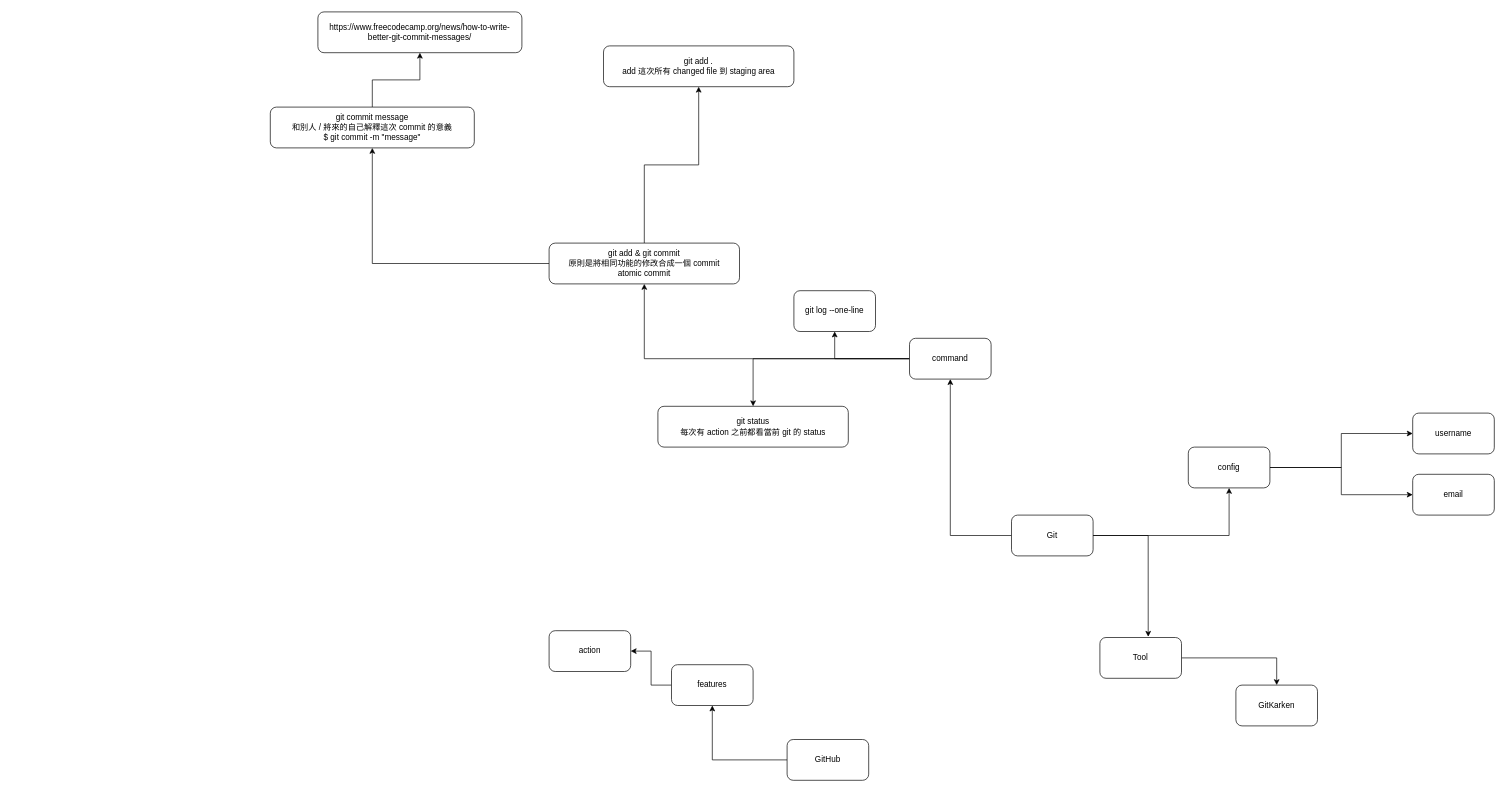
Above: master_git.drawio in Mini-Pingu/7950x_git (draw.io), before the change. Source tidied: cells renumbered, new cells numbered last; positions are measured from the earlier drawing's top-left corner, leaving out a move shared by most shapes. Both pictures are drawn from the tidied source at 68%, with x=0, y=0 at pixel (270, 12).
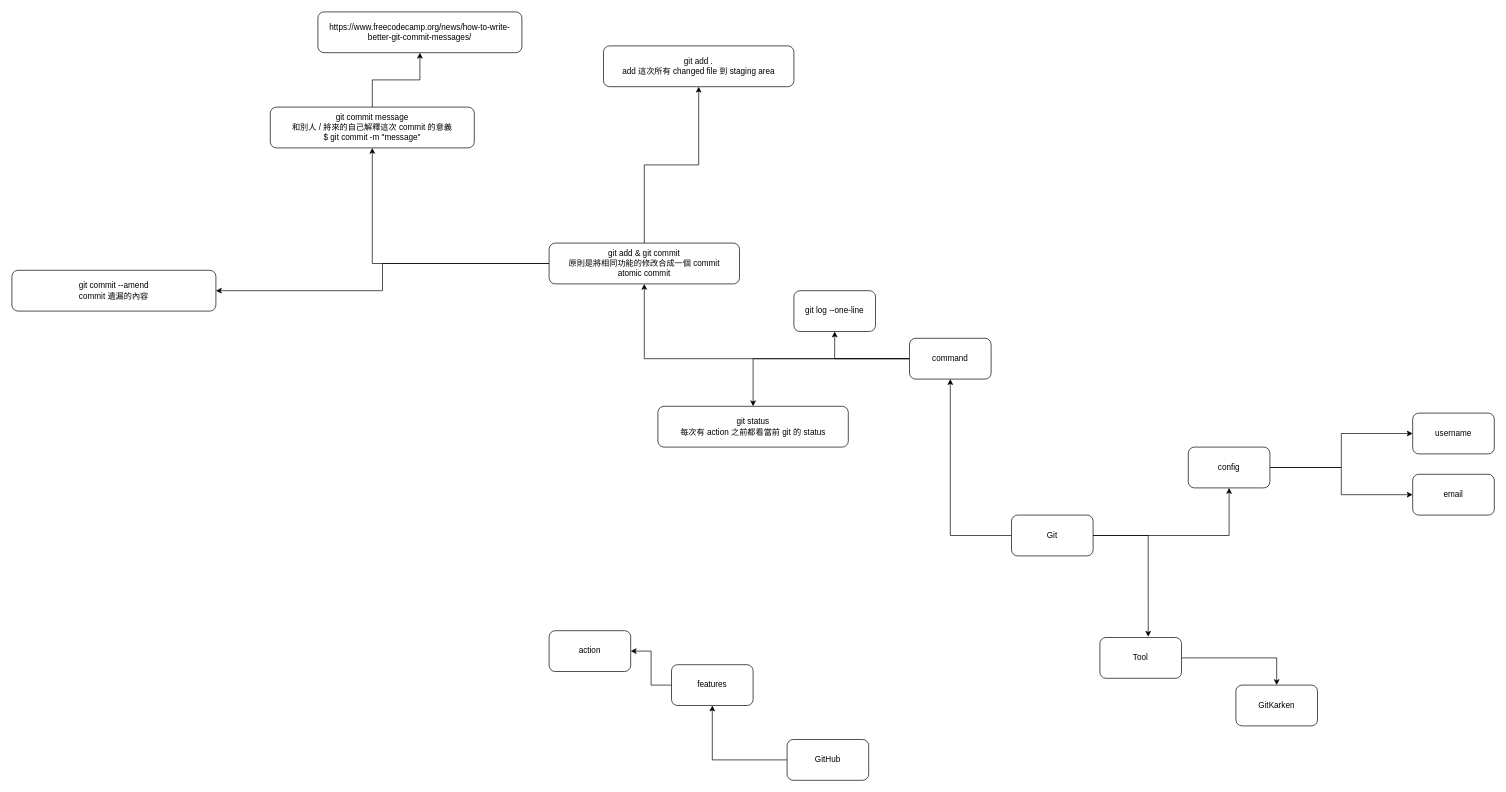
The same page after the edit.

Commit message (it also covers changes not shown here):
update mindmap with commit amend

The change refers to these unchanged cells:
```xml
<mxCell id="27" value="git add &amp;amp; git commit&lt;br&gt;原則是將相同功能的修改合成一個 commit&lt;br&gt;atomic commit" style="rounded=1;whiteSpace=wrap;html=1;" parent="1" vertex="1">
  <mxGeometry x="410" y="340" width="280" height="60" as="geometry" />
</mxCell>
```

Change to the diagram source:
```diff
@@
+    <mxCell id="32" style="edgeStyle=orthogonalEdgeStyle;rounded=0;jettySize=auto;html=1;" parent="1" edge="1" source="27" target="33">
+      <mxGeometry relative="1" as="geometry" />
+    </mxCell>
@@
+    <mxCell id="33" value="git commit --amend&lt;br&gt;commit 遺漏的內容" style="rounded=1;whiteSpace=wrap;html=1;" parent="1" vertex="1">
+      <mxGeometry x="-380" y="380" width="300" height="60" as="geometry" />
+    </mxCell>
```
